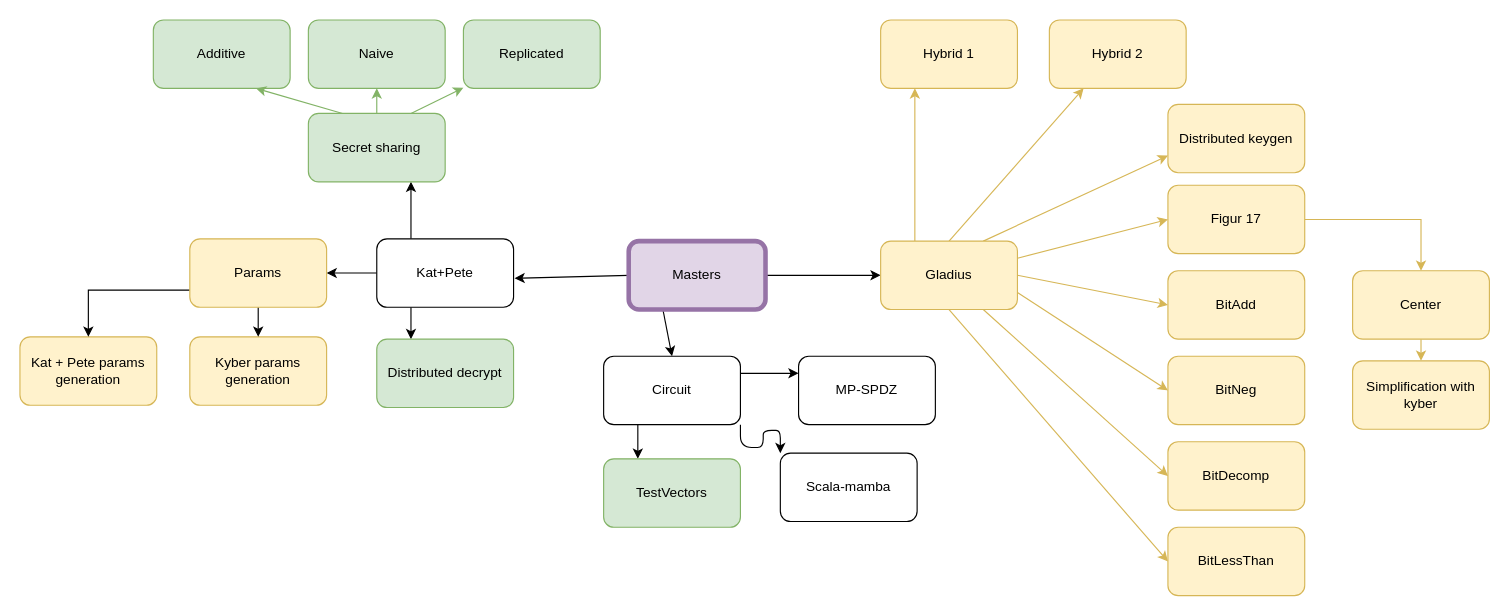
Sellebjergen/ThresholdKyber keeps this draw.io diagram as Untitled Diagram.drawio. Above is the earlier version. Source tidied: cells renumbered, new cells numbered last; positions are measured from the earlier drawing's top-left corner, leaving out a move shared by most shapes. Both pictures are drawn from the tidied source at 114%, with x=0, y=0 at pixel (19, 19).
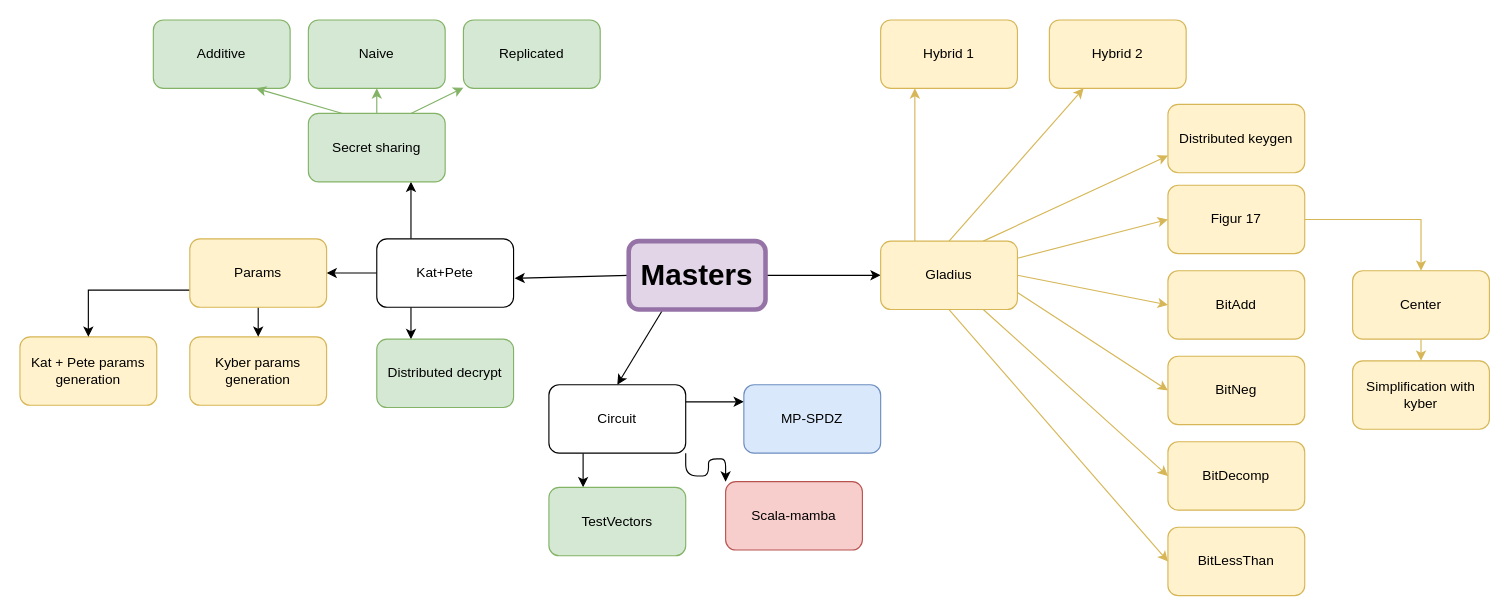
After the change.

Diff of the diagram source:
```diff
@@
-    <mxCell id="5" value="Masters" style="rounded=1;whiteSpace=wrap;html=1;strokeWidth=4;labelBackgroundColor=none;fillColor=#e1d5e7;strokeColor=#9673a6;" parent="1" vertex="1">
+    <mxCell id="5" value="Masters" style="rounded=1;whiteSpace=wrap;html=1;strokeWidth=4;labelBackgroundColor=none;fillColor=#e1d5e7;strokeColor=#9673a6;fontSize=26;fontStyle=1;" parent="1" vertex="1">
       <mxGeometry x="534" y="194" width="120" height="60" as="geometry" />
     </mxCell>
@@
     <mxCell id="47" value="Circuit" style="rounded=1;whiteSpace=wrap;html=1;strokeWidth=1;labelBackgroundColor=none;" parent="1" vertex="1">
-      <mxGeometry x="512" y="295" width="120" height="60" as="geometry" />
+      <mxGeometry x="464" y="320" width="120" height="60" as="geometry" />
     </mxCell>
     <mxCell id="48" value="TestVectors" style="rounded=1;whiteSpace=wrap;html=1;strokeWidth=1;labelBackgroundColor=none;fillColor=#d5e8d4;strokeColor=#82b366;" parent="1" vertex="1">
-      <mxGeometry x="512" y="385" width="120" height="60" as="geometry" />
+      <mxGeometry x="464" y="410" width="120" height="60" as="geometry" />
     </mxCell>
-    <mxCell id="49" value="MP-SPDZ" style="rounded=1;whiteSpace=wrap;html=1;strokeWidth=1;labelBackgroundColor=none;" parent="1" vertex="1">
-      <mxGeometry x="683" y="295" width="120" height="60" as="geometry" />
+    <mxCell id="49" value="MP-SPDZ" style="rounded=1;whiteSpace=wrap;html=1;strokeWidth=1;labelBackgroundColor=none;fillColor=#dae8fc;strokeColor=#6c8ebf;" parent="1" vertex="1">
+      <mxGeometry x="635" y="320" width="120" height="60" as="geometry" />
     </mxCell>
-    <mxCell id="50" value="Scala-mamba" style="rounded=1;whiteSpace=wrap;html=1;strokeWidth=1;labelBackgroundColor=none;" parent="1" vertex="1">
-      <mxGeometry x="667" y="380" width="120" height="60" as="geometry" />
+    <mxCell id="50" value="Scala-mamba" style="rounded=1;whiteSpace=wrap;html=1;strokeWidth=1;labelBackgroundColor=none;fillColor=#f8cecc;strokeColor=#b85450;" parent="1" vertex="1">
+      <mxGeometry x="619" y="405" width="120" height="60" as="geometry" />
     </mxCell>
```
